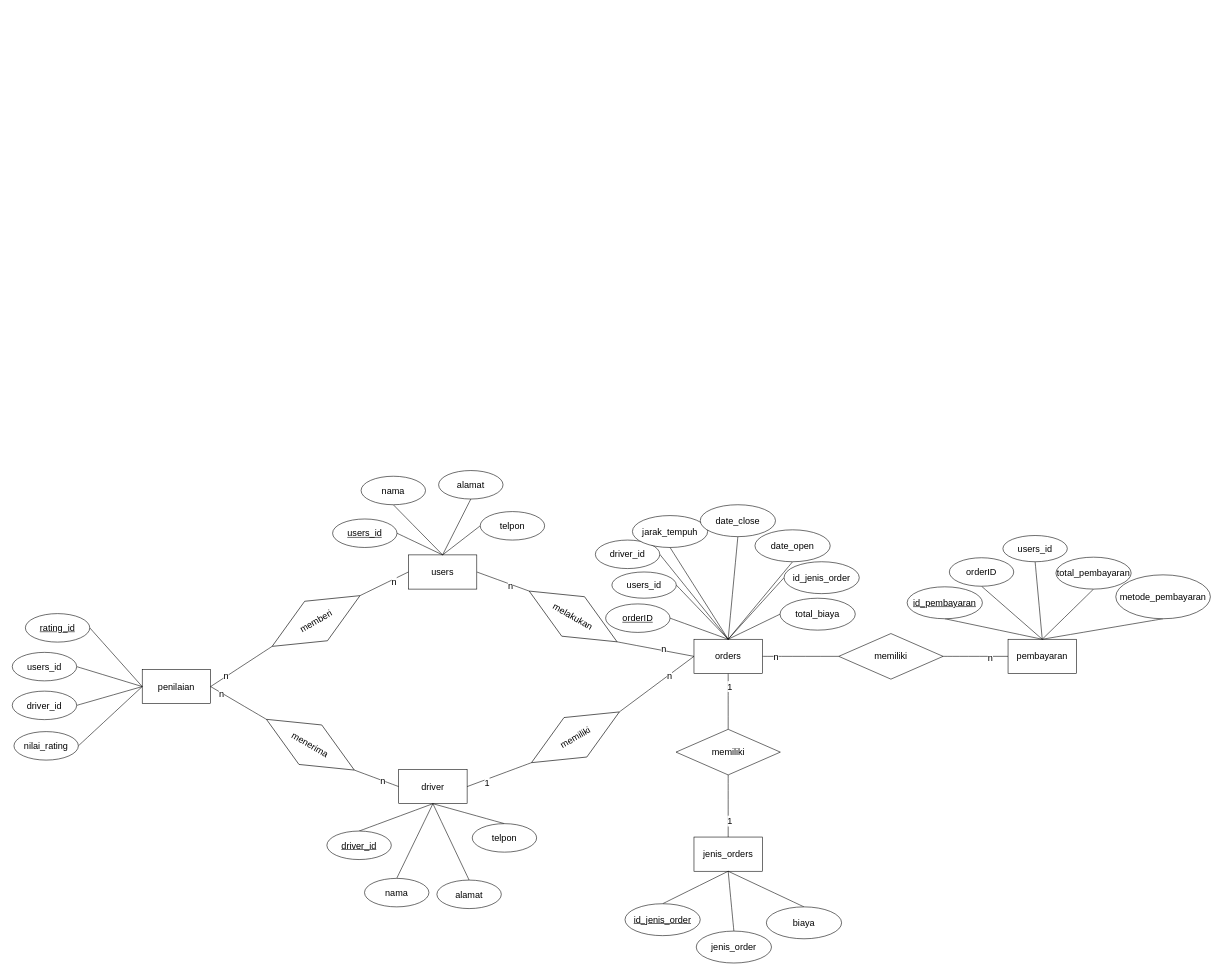
Above: Grab.drawio in Kantrawibawa10/Draw-I-O (draw.io), before the change. Source tidied: cells renumbered, new cells numbered last; positions are measured from the earlier drawing's top-left corner, leaving out a move shared by most shapes. Both pictures are drawn from the tidied source at 57%, with x=0, y=0 at pixel (12, 470).
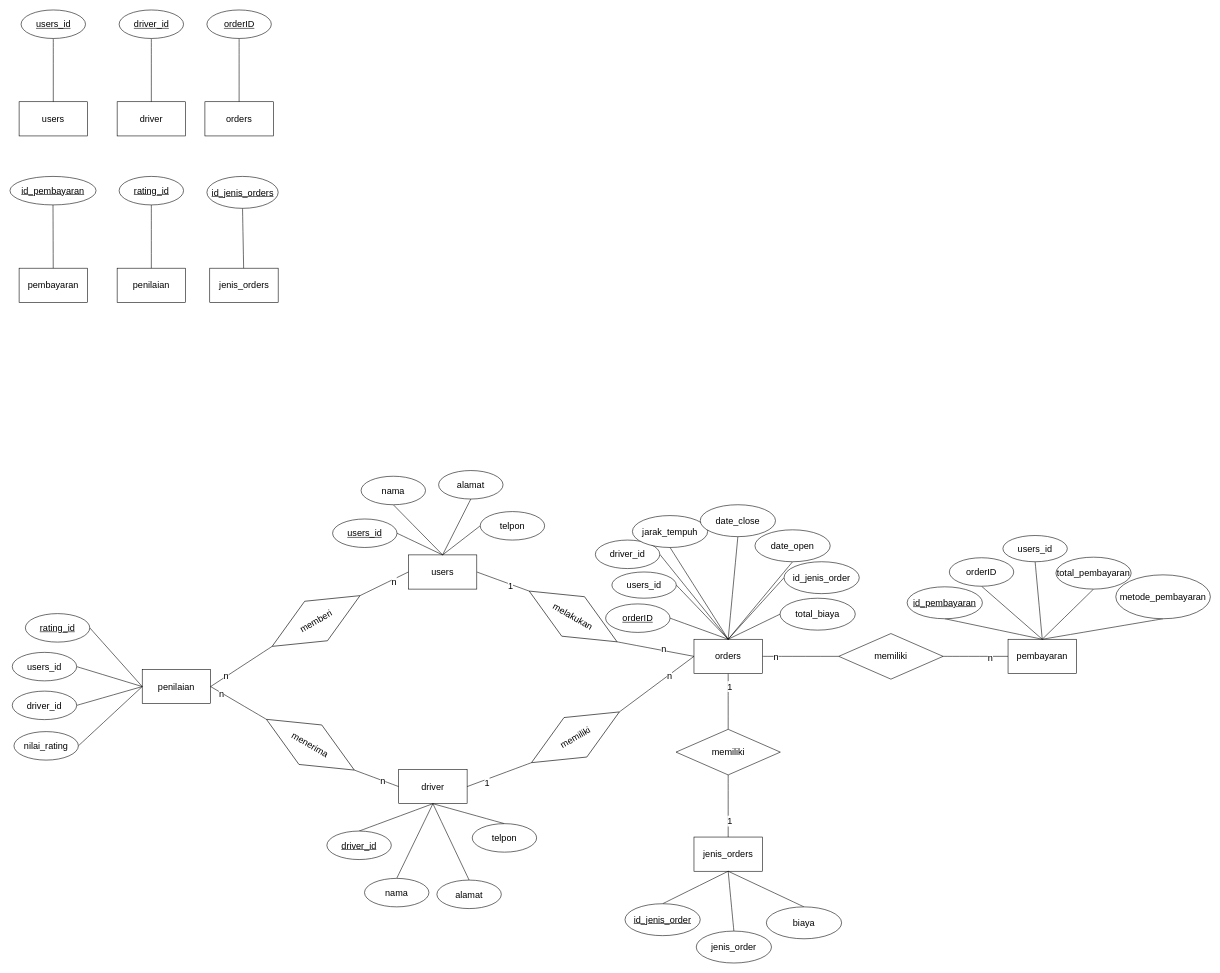
The same page after the edit.

Unchanged cells that the change refers to:
```xml
<mxCell id="2" style="edgeStyle=none;curved=1;rounded=0;jettySize=auto;html=1;exitX=1;exitY=0.5;exitDx=0;exitDy=0;entryX=0;entryY=0.5;entryDx=0;entryDy=0;fontSize=12;startSize=8;endSize=8;endArrow=none;endFill=0;" parent="1" edge="1" source="4" target="31">
  <mxGeometry relative="1" as="geometry" />
</mxCell>
```

The edit, as a diff of the source:
```diff
@@
-    <mxCell id="3" value="n" style="edgeLabel;html=1;align=center;verticalAlign=middle;fontSize=16;" parent="2" vertex="1">
+    <mxCell id="3" value="1" style="edgeLabel;html=1;align=center;verticalAlign=middle;fontSize=16;" parent="2" vertex="1">
       <mxGeometry x="0.29" y="-3" relative="1" as="geometry" />
     </mxCell>
@@
+    <mxCell id="94" value="users" style="rounded=0;whiteSpace=wrap;html=1;fontSize=16;" parent="1" vertex="1">
+      <mxGeometry x="12" y="-647" width="120" height="60" as="geometry" />
+    </mxCell>
+    <mxCell id="95" style="edgeStyle=none;curved=1;rounded=0;jettySize=auto;html=1;exitX=0.5;exitY=1;exitDx=0;exitDy=0;fontSize=12;startSize=8;endSize=8;endArrow=none;endFill=0;" parent="1" edge="1" source="96" target="94">
+      <mxGeometry relative="1" as="geometry" />
+    </mxCell>
+    <mxCell id="96" value="&lt;u&gt;users_id&lt;/u&gt;" style="ellipse;whiteSpace=wrap;html=1;fontSize=16;" parent="1" vertex="1">
+      <mxGeometry x="15.5" y="-808" width="113" height="50" as="geometry" />
+    </mxCell>
+    <mxCell id="97" value="driver" style="rounded=0;whiteSpace=wrap;html=1;fontSize=16;" parent="1" vertex="1">
+      <mxGeometry x="184" y="-647" width="120" height="60" as="geometry" />
+    </mxCell>
+    <mxCell id="98" style="edgeStyle=none;curved=1;rounded=0;jettySize=auto;html=1;exitX=0.5;exitY=1;exitDx=0;exitDy=0;fontSize=12;startSize=8;endSize=8;endArrow=none;endFill=0;" parent="1" edge="1" source="99" target="97">
+      <mxGeometry relative="1" as="geometry" />
+    </mxCell>
+    <mxCell id="99" value="&lt;u&gt;driver_id&lt;/u&gt;" style="ellipse;whiteSpace=wrap;html=1;fontSize=16;" parent="1" vertex="1">
+      <mxGeometry x="187.5" y="-808" width="113" height="50" as="geometry" />
+    </mxCell>
+    <mxCell id="100" value="orders" style="rounded=0;whiteSpace=wrap;html=1;fontSize=16;" parent="1" vertex="1">
+      <mxGeometry x="338" y="-647" width="120" height="60" as="geometry" />
+    </mxCell>
+    <mxCell id="101" style="edgeStyle=none;curved=1;rounded=0;jettySize=auto;html=1;exitX=0.5;exitY=1;exitDx=0;exitDy=0;fontSize=12;startSize=8;endSize=8;endArrow=none;endFill=0;" parent="1" edge="1" source="102" target="100">
+      <mxGeometry relative="1" as="geometry" />
+    </mxCell>
+    <mxCell id="102" value="&lt;u&gt;orderID&lt;/u&gt;" style="ellipse;whiteSpace=wrap;html=1;fontSize=16;" parent="1" vertex="1">
+      <mxGeometry x="341.5" y="-808" width="113" height="50" as="geometry" />
+    </mxCell>
+    <mxCell id="103" value="jenis_orders" style="rounded=0;whiteSpace=wrap;html=1;fontSize=16;" parent="1" vertex="1">
+      <mxGeometry x="346.5" y="-355" width="120" height="60" as="geometry" />
+    </mxCell>
+    <mxCell id="104" style="edgeStyle=none;curved=1;rounded=0;jettySize=auto;html=1;exitX=0.5;exitY=1;exitDx=0;exitDy=0;fontSize=12;startSize=8;endSize=8;endArrow=none;endFill=0;" parent="1" edge="1" source="105" target="103">
+      <mxGeometry relative="1" as="geometry" />
+    </mxCell>
+    <mxCell id="105" value="&lt;u&gt;id_jenis_orders&lt;/u&gt;" style="ellipse;whiteSpace=wrap;html=1;fontSize=16;" parent="1" vertex="1">
+      <mxGeometry x="341.5" y="-516" width="125" height="56" as="geometry" />
+    </mxCell>
+    <mxCell id="106" value="pembayaran" style="rounded=0;whiteSpace=wrap;html=1;fontSize=16;" parent="1" vertex="1">
+      <mxGeometry x="12" y="-355" width="120" height="60" as="geometry" />
+    </mxCell>
+    <mxCell id="107" style="edgeStyle=none;curved=1;rounded=0;jettySize=auto;html=1;exitX=0.5;exitY=1;exitDx=0;exitDy=0;fontSize=12;startSize=8;endSize=8;endArrow=none;endFill=0;" parent="1" edge="1" source="108" target="106">
+      <mxGeometry relative="1" as="geometry" />
+    </mxCell>
+    <mxCell id="108" value="&lt;u&gt;id_pembayaran&lt;/u&gt;" style="ellipse;whiteSpace=wrap;html=1;fontSize=16;" parent="1" vertex="1">
+      <mxGeometry x="-4" y="-516" width="151" height="50" as="geometry" />
+    </mxCell>
+    <mxCell id="109" value="penilaian" style="rounded=0;whiteSpace=wrap;html=1;fontSize=16;" parent="1" vertex="1">
+      <mxGeometry x="184" y="-355" width="120" height="60" as="geometry" />
+    </mxCell>
+    <mxCell id="110" style="edgeStyle=none;curved=1;rounded=0;jettySize=auto;html=1;exitX=0.5;exitY=1;exitDx=0;exitDy=0;fontSize=12;startSize=8;endSize=8;endArrow=none;endFill=0;" parent="1" edge="1" source="111" target="109">
+      <mxGeometry relative="1" as="geometry" />
+    </mxCell>
+    <mxCell id="111" value="&lt;u&gt;rating_id&lt;/u&gt;" style="ellipse;whiteSpace=wrap;html=1;fontSize=16;" parent="1" vertex="1">
+      <mxGeometry x="187.5" y="-516" width="113" height="50" as="geometry" />
+    </mxCell>
```
